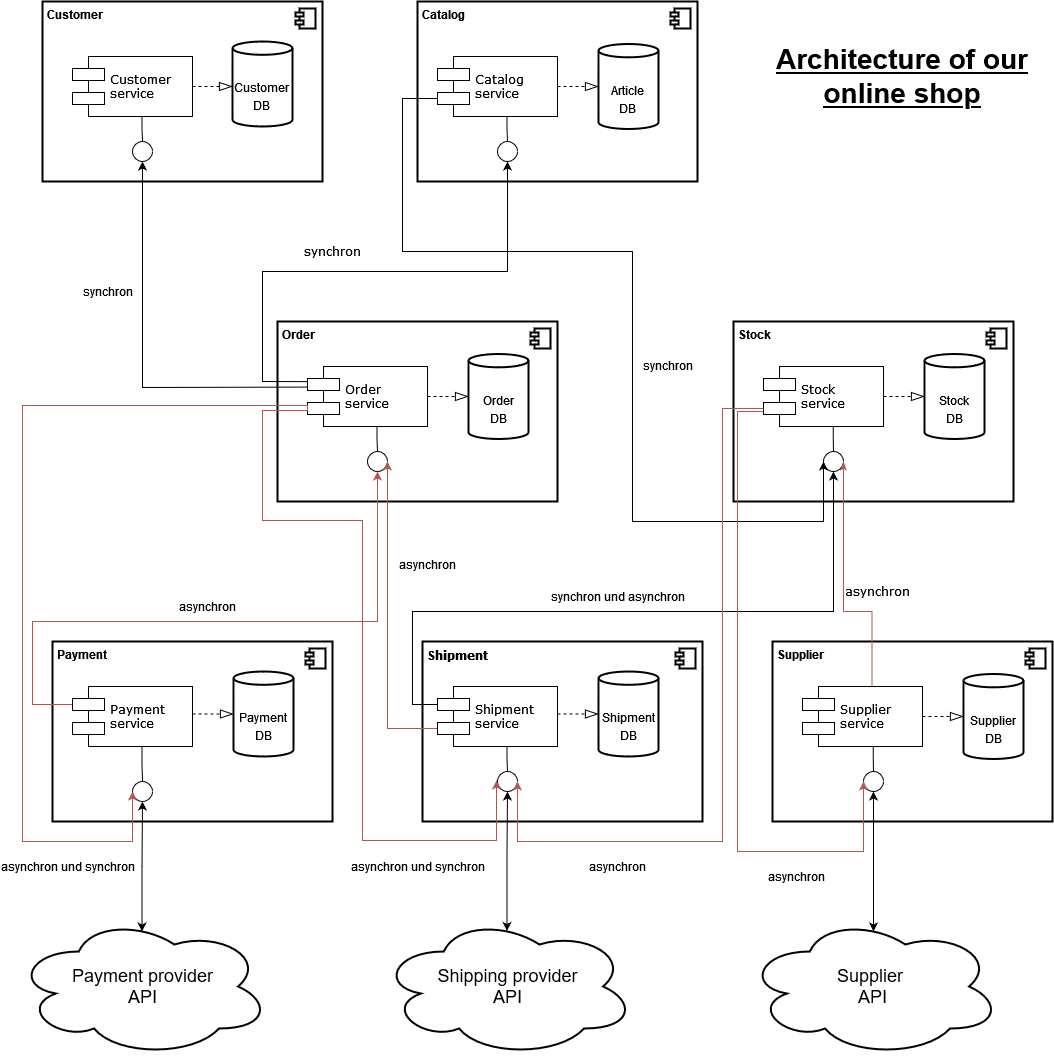
Above: doc/ShopArchitecture.drawio.png in SimonBurmer/HM-Online-Shop-In-Microservice-Architecture (draw.io), before the change. Source tidied: cells renumbered, new cells last; positions are measured from the earlier drawing's top-left corner, leaving out a move shared by most shapes.
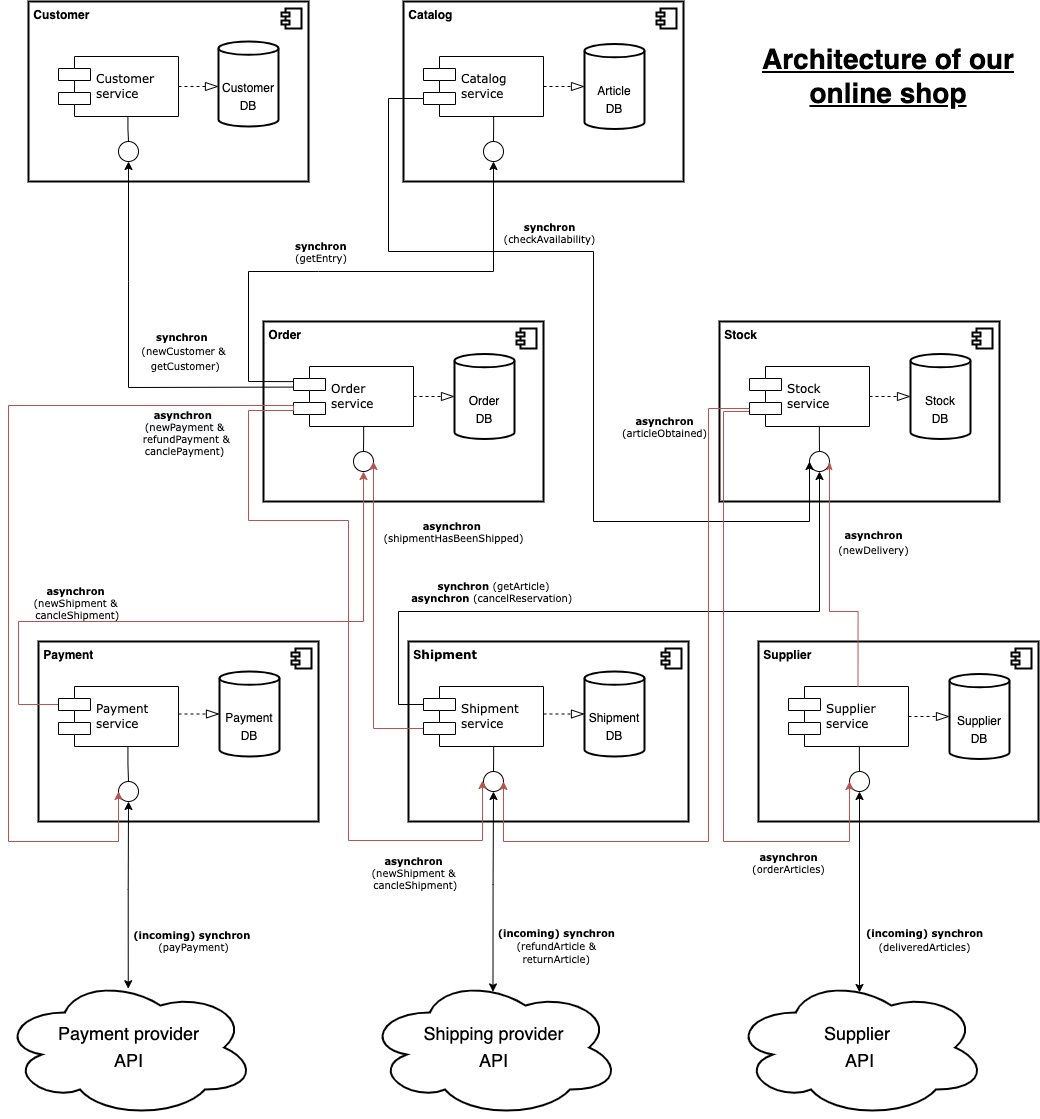
After the commit.

Diff of the diagram source:
```diff
@@ -107,4 +107,4 @@
     </mxCell>
-    <mxCell id="31" value="&lt;font style=&quot;font-size: 12px&quot;&gt;asynchron&lt;/font&gt;" style="edgeStyle=orthogonalEdgeStyle;jettySize=auto;html=1;exitX=0;exitY=0.3;exitDx=0;exitDy=0;entryX=0.5;entryY=1;entryDx=0;entryDy=0;fontSize=28;rounded=0;fillColor=#f8cecc;strokeColor=#b85450;" parent="1" edge="1" source="32" target="29">
-      <mxGeometry x="-0.04" y="20" relative="1" as="geometry">
+    <mxCell id="31" style="edgeStyle=orthogonalEdgeStyle;jettySize=auto;html=1;exitX=0;exitY=0.3;exitDx=0;exitDy=0;entryX=0.5;entryY=1;entryDx=0;entryDy=0;fontSize=28;rounded=0;fillColor=#f8cecc;strokeColor=#b85450;" parent="1" edge="1" source="32" target="29">
+      <mxGeometry x="-0.26" y="30" relative="1" as="geometry">
         <Array as="points">
@@ -116,2 +116,7 @@
     </mxCell>
+    <mxCell id="69" value="&lt;div&gt;&lt;b&gt;asynchron&lt;/b&gt;&lt;/div&gt;&lt;div&gt;(newShipment &amp;amp;&lt;/div&gt;&lt;div&gt;&amp;nbsp;cancleShipment)&lt;/div&gt;" style="edgeLabel;html=1;align=center;verticalAlign=middle;fontSize=10;fontFamily=Verdana;" parent="31" vertex="1">
+      <mxGeometry x="-0.3" y="1" relative="1" as="geometry">
+        <mxPoint x="-38" y="-19" as="offset" />
+      </mxGeometry>
+    </mxCell>
     <mxCell id="32" value="Payment&lt;br&gt;service" style="shape=component;align=left;spacingLeft=36;shadow=0;comic=0;labelBackgroundColor=none;strokeWidth=1;fontFamily=Verdana;fontSize=12;html=1;rounded=0;" parent="1" vertex="1">
@@ -125,4 +130,4 @@
     </mxCell>
-    <mxCell id="35" value="&lt;font style=&quot;font-size: 12px&quot;&gt;asynchron&lt;/font&gt;" style="edgeStyle=orthogonalEdgeStyle;jettySize=auto;html=1;exitX=0;exitY=0.7;exitDx=0;exitDy=0;fontSize=28;rounded=0;entryX=1;entryY=0.5;entryDx=0;entryDy=0;fillColor=#f8cecc;strokeColor=#b85450;" parent="1" edge="1" source="37" target="29">
-      <mxGeometry x="0.37" y="-40" relative="1" as="geometry">
+    <mxCell id="35" value="&lt;div style=&quot;font-size: 10px&quot;&gt;&lt;font face=&quot;Verdana&quot; style=&quot;font-size: 10px&quot;&gt;&lt;b&gt;asynchron&lt;/b&gt;&amp;nbsp;&lt;/font&gt;&lt;/div&gt;&lt;font style=&quot;font-size: 10px&quot; face=&quot;Verdana&quot;&gt;&lt;div&gt;(shipmentHasBeenShipped)&lt;/div&gt;&lt;/font&gt;" style="edgeStyle=orthogonalEdgeStyle;jettySize=auto;html=1;exitX=0;exitY=0.7;exitDx=0;exitDy=0;fontSize=28;rounded=0;entryX=1;entryY=0.5;entryDx=0;entryDy=0;fillColor=#f8cecc;strokeColor=#b85450;align=center;" parent="1" edge="1" source="37" target="29">
+      <mxGeometry x="0.56" y="-80" relative="1" as="geometry">
         <Array as="points">
@@ -130,7 +135,6 @@
         </Array>
-        <mxPoint y="-1" as="offset" />
       </mxGeometry>
     </mxCell>
-    <mxCell id="36" value="&lt;font style=&quot;font-size: 12px&quot;&gt;synchron und asynchron&lt;br&gt;&lt;/font&gt;" style="edgeStyle=orthogonalEdgeStyle;jettySize=auto;html=1;exitX=0;exitY=0.3;exitDx=0;exitDy=0;entryX=0.5;entryY=1;entryDx=0;entryDy=0;fontSize=28;rounded=0;" parent="1" edge="1" source="37" target="26">
-      <mxGeometry x="-0.05" y="20" relative="1" as="geometry">
+    <mxCell id="36" value="&lt;div style=&quot;font-size: 10px&quot;&gt;&lt;font face=&quot;Verdana&quot; style=&quot;font-size: 10px&quot;&gt;&lt;b&gt;synchron&lt;/b&gt; (getArticle)&lt;/font&gt;&lt;/div&gt;&lt;font style=&quot;font-size: 10px&quot; face=&quot;Verdana&quot;&gt;&lt;div&gt;&lt;b&gt;asynchron&lt;/b&gt; (cancelReservation)&amp;nbsp;&lt;/div&gt;&lt;/font&gt;" style="edgeStyle=orthogonalEdgeStyle;jettySize=auto;html=1;exitX=0;exitY=0.3;exitDx=0;exitDy=0;entryX=0.5;entryY=1;entryDx=0;entryDy=0;fontSize=28;rounded=0;align=center;" parent="1" edge="1" source="37" target="26">
+      <mxGeometry x="-0.37" y="20" relative="1" as="geometry">
         <Array as="points">
@@ -160,4 +164,4 @@
     </mxCell>
-    <mxCell id="43" value="asynchron" style="edgeStyle=orthogonalEdgeStyle;html=1;labelBackgroundColor=none;startArrow=none;startFill=0;startSize=6;endArrow=classicThin;endFill=1;endSize=6;fontFamily=Verdana;fontSize=12;rounded=0;entryX=1;entryY=0.5;entryDx=0;entryDy=0;strokeWidth=1;fillColor=#f8cecc;strokeColor=#b85450;" parent="1" edge="1" target="26">
-      <mxGeometry x="-0.41" y="-21" relative="1" as="geometry">
+    <mxCell id="43" value="&lt;b style=&quot;font-size: 10px&quot;&gt;asynchron&lt;/b&gt;&lt;br style=&quot;font-size: 10px&quot;&gt;&lt;span style=&quot;font-size: 10px&quot;&gt;(newDelivery)&lt;/span&gt;" style="edgeStyle=orthogonalEdgeStyle;html=1;labelBackgroundColor=none;startArrow=none;startFill=0;startSize=6;endArrow=classicThin;endFill=1;endSize=6;fontFamily=Verdana;fontSize=12;rounded=0;entryX=1;entryY=0.5;entryDx=0;entryDy=0;strokeWidth=1;fillColor=#f8cecc;strokeColor=#b85450;" parent="1" edge="1" target="26">
+      <mxGeometry x="0.37" y="-44" relative="1" as="geometry">
         <mxPoint x="856.5" y="685" as="sourcePoint" />
@@ -167,9 +171,9 @@
         </Array>
-        <mxPoint x="5" y="1" as="offset" />
       </mxGeometry>
     </mxCell>
-    <mxCell id="44" value="&lt;span style=&quot;font-family: &amp;#34;helvetica&amp;#34;&quot;&gt;&lt;font style=&quot;font-size: 12px&quot;&gt;synchron&lt;/font&gt;&lt;/span&gt;" style="html=1;labelBackgroundColor=none;startArrow=none;startFill=0;startSize=6;endArrow=classic;endFill=1;endSize=6;fontFamily=Verdana;fontSize=12;entryX=0.5;entryY=1;entryDx=0;entryDy=0;rounded=0;strokeColor=#000000;strokeWidth=1;exitX=0.001;exitY=0.343;exitDx=0;exitDy=0;exitPerimeter=0;" parent="1" edge="1" source="28" target="18">
-      <mxGeometry x="0.34" y="35" relative="1" as="geometry">
+    <mxCell id="44" value="&lt;font style=&quot;font-size: 10px&quot;&gt;&lt;b&gt;synchron&lt;/b&gt;&amp;nbsp;&lt;br&gt;(newCustomer &amp;amp;&lt;br&gt;&amp;nbsp;getCustomer)&lt;br&gt;&lt;/font&gt;" style="html=1;labelBackgroundColor=none;startArrow=none;startFill=0;startSize=6;endArrow=classic;endFill=1;endSize=6;fontFamily=Verdana;fontSize=12;entryX=0.5;entryY=1;entryDx=0;entryDy=0;rounded=0;strokeColor=#000000;strokeWidth=1;exitX=0.001;exitY=0.343;exitDx=0;exitDy=0;exitPerimeter=0;" parent="1" edge="1" source="28" target="18">
+      <mxGeometry x="-0.44" y="-36" relative="1" as="geometry">
         <Array as="points">
           <mxPoint x="127" y="386" />
+          <mxPoint x="127" y="280" />
         </Array>
@@ -177,4 +181,4 @@
     </mxCell>
-    <mxCell id="45" value="synchron" style="edgeStyle=none;html=1;labelBackgroundColor=none;startArrow=none;startFill=0;startSize=8;endArrow=classic;endFill=1;endSize=6;fontFamily=Verdana;fontSize=12;entryX=0.5;entryY=1;entryDx=0;entryDy=0;rounded=0;exitX=0;exitY=0.252;exitDx=0;exitDy=0;exitPerimeter=0;" parent="1" edge="1" source="28" target="23">
-      <mxGeometry x="-0.12" y="20" relative="1" as="geometry">
+    <mxCell id="45" value="&lt;div style=&quot;font-size: 10px&quot;&gt;&lt;b&gt;&lt;font style=&quot;font-size: 10px&quot;&gt;synchron&lt;/font&gt;&lt;/b&gt;&lt;/div&gt;&lt;div style=&quot;font-size: 10px&quot;&gt;&lt;font style=&quot;font-size: 10px&quot;&gt;(getEntry)&lt;/font&gt;&lt;/div&gt;" style="edgeStyle=none;html=1;labelBackgroundColor=none;startArrow=none;startFill=0;startSize=8;endArrow=classic;endFill=1;endSize=6;fontFamily=Verdana;fontSize=12;entryX=0.5;entryY=1;entryDx=0;entryDy=0;rounded=0;exitX=0;exitY=0.252;exitDx=0;exitDy=0;exitPerimeter=0;align=left;" parent="1" edge="1" source="28" target="23">
+      <mxGeometry x="-0.22" y="20" relative="1" as="geometry">
         <Array as="points">
@@ -187,4 +191,4 @@
     </mxCell>
-    <mxCell id="46" value="&lt;font style=&quot;font-size: 12px&quot;&gt;asynchron und synchron&lt;/font&gt;" style="edgeStyle=orthogonalEdgeStyle;jettySize=auto;html=1;entryX=0;entryY=0.5;entryDx=0;entryDy=0;fontSize=28;rounded=0;exitX=0;exitY=0.7;exitDx=0;exitDy=0;fillColor=#f8cecc;strokeColor=#b85450;" parent="1" edge="1" source="28" target="33">
-      <mxGeometry x="0.74" y="-20" relative="1" as="geometry">
+    <mxCell id="46" value="&lt;div style=&quot;font-size: 10px&quot;&gt;&lt;br&gt;&lt;/div&gt;" style="edgeStyle=orthogonalEdgeStyle;jettySize=auto;html=1;entryX=0;entryY=0.5;entryDx=0;entryDy=0;fontSize=28;rounded=0;exitX=0;exitY=0.7;exitDx=0;exitDy=0;fillColor=#f8cecc;strokeColor=#b85450;align=center;" parent="1" edge="1" source="28" target="33">
+      <mxGeometry x="-0.74" y="36" relative="1" as="geometry">
         <Array as="points">
@@ -197,4 +201,9 @@
     </mxCell>
+    <mxCell id="70" value="&lt;b style=&quot;background-color: rgb(248 , 249 , 250)&quot;&gt;asynchron&lt;/b&gt;&lt;span style=&quot;background-color: rgb(248 , 249 , 250)&quot;&gt;&amp;nbsp;&lt;/span&gt;&lt;br style=&quot;background-color: rgb(248 , 249 , 250)&quot;&gt;&lt;span style=&quot;background-color: rgb(248 , 249 , 250)&quot;&gt;(newPayment &amp;amp;&lt;/span&gt;&lt;br style=&quot;background-color: rgb(248 , 249 , 250)&quot;&gt;&lt;span style=&quot;background-color: rgb(248 , 249 , 250)&quot;&gt;&amp;nbsp;&lt;/span&gt;refundPayment &amp;amp;&lt;br&gt;canclePayment&lt;span style=&quot;background-color: rgb(248 , 249 , 250)&quot;&gt;)&lt;/span&gt;" style="edgeLabel;html=1;align=center;verticalAlign=middle;fontSize=10;fontFamily=Verdana;" parent="46" vertex="1">
+      <mxGeometry x="-0.69" relative="1" as="geometry">
+        <mxPoint x="23" y="26" as="offset" />
+      </mxGeometry>
+    </mxCell>
-    <mxCell id="47" value="&lt;span style=&quot;color: rgb(0 , 0 , 0) ; font-family: &amp;#34;helvetica&amp;#34; ; font-size: 12px ; font-style: normal ; font-weight: 400 ; letter-spacing: normal ; text-align: center ; text-indent: 0px ; text-transform: none ; word-spacing: 0px ; background-color: rgb(255 , 255 , 255) ; display: inline ; float: none&quot;&gt;asynchron und synchron&lt;/span&gt;" style="edgeStyle=orthogonalEdgeStyle;orthogonalLoop=1;jettySize=auto;html=1;entryX=0;entryY=0.5;entryDx=0;entryDy=0;fontSize=28;rounded=0;exitX=0;exitY=0.7;exitDx=0;exitDy=0;fillColor=#f8cecc;strokeColor=#b85450;" parent="1" edge="1">
-      <mxGeometry x="0.64" y="-21" relative="1" as="geometry">
+    <mxCell id="47" style="edgeStyle=orthogonalEdgeStyle;orthogonalLoop=1;jettySize=auto;html=1;entryX=0;entryY=0.5;entryDx=0;entryDy=0;fontSize=28;rounded=0;exitX=0;exitY=0.7;exitDx=0;exitDy=0;fillColor=#f8cecc;strokeColor=#b85450;align=center;" parent="1" edge="1">
+      <mxGeometry x="0.66" y="-31" relative="1" as="geometry">
         <mxPoint x="292" y="406" as="sourcePoint" />
@@ -212,4 +221,9 @@
     </mxCell>
+    <mxCell id="71" value="&lt;div&gt;&lt;b&gt;asynchron&lt;/b&gt;&lt;/div&gt;&lt;div&gt;(newShipment &amp;amp;&lt;/div&gt;&lt;div&gt;&amp;nbsp;cancleShipment)&lt;/div&gt;" style="edgeLabel;html=1;align=center;verticalAlign=middle;fontSize=10;fontFamily=Verdana;" parent="47" vertex="1">
+      <mxGeometry x="0.63" y="-1" relative="1" as="geometry">
+        <mxPoint x="12" y="30" as="offset" />
+      </mxGeometry>
+    </mxCell>
-    <mxCell id="48" value="&lt;font style=&quot;font-size: 12px&quot;&gt;synchron&lt;/font&gt;" style="edgeStyle=orthogonalEdgeStyle;jettySize=auto;html=1;exitX=0;exitY=0.7;exitDx=0;exitDy=0;entryX=0;entryY=0.5;entryDx=0;entryDy=0;fontSize=28;rounded=0;fillColor=#f8cecc;strokeColor=#000000;labelBackgroundColor=none;" parent="1" edge="1" source="22" target="26">
-      <mxGeometry x="0.12" y="35" relative="1" as="geometry">
+    <mxCell id="48" style="edgeStyle=orthogonalEdgeStyle;jettySize=auto;html=1;exitX=0;exitY=0.7;exitDx=0;exitDy=0;entryX=0;entryY=0.5;entryDx=0;entryDy=0;fontSize=28;rounded=0;fillColor=#f8cecc;strokeColor=#000000;labelBackgroundColor=none;" parent="1" edge="1" source="22" target="26">
+      <mxGeometry x="-0.25" y="30" relative="1" as="geometry">
         <Array as="points">
@@ -217,4 +231,4 @@
           <mxPoint x="387" y="250" />
-          <mxPoint x="617" y="250" />
-          <mxPoint x="617" y="520" />
+          <mxPoint x="592" y="250" />
+          <mxPoint x="592" y="520" />
           <mxPoint x="808" y="520" />
@@ -223,4 +237,9 @@
     </mxCell>
+    <mxCell id="72" value="&lt;div&gt;&lt;b&gt;synchron&lt;/b&gt;&lt;/div&gt;&lt;div&gt;(checkAvailability)&lt;/div&gt;" style="edgeLabel;html=1;align=center;verticalAlign=middle;fontSize=10;fontFamily=Verdana;" parent="48" vertex="1">
+      <mxGeometry x="-0.25" y="4" relative="1" as="geometry">
+        <mxPoint x="-6" y="-16" as="offset" />
+      </mxGeometry>
+    </mxCell>
-    <mxCell id="49" value="&lt;font style=&quot;font-size: 12px&quot;&gt;asynchron&lt;/font&gt;" style="edgeStyle=orthogonalEdgeStyle;jettySize=auto;html=1;entryX=1;entryY=0.5;entryDx=0;entryDy=0;fontSize=28;rounded=0;startArrow=none;exitX=0;exitY=0.7;exitDx=0;exitDy=0;fillColor=#f8cecc;strokeColor=#b85450;" parent="1" edge="1" source="25" target="38">
-      <mxGeometry x="0.57" y="20" relative="1" as="geometry">
+    <mxCell id="49" style="edgeStyle=orthogonalEdgeStyle;jettySize=auto;html=1;entryX=1;entryY=0.5;entryDx=0;entryDy=0;fontSize=28;rounded=0;startArrow=none;exitX=0;exitY=0.7;exitDx=0;exitDy=0;fillColor=#f8cecc;strokeColor=#b85450;" parent="1" edge="1" source="25" target="38">
+      <mxGeometry x="-0.89" y="-52" relative="1" as="geometry">
         <Array as="points">
@@ -230,9 +249,18 @@
         </Array>
+        <mxPoint x="7" y="-27" as="offset" />
       </mxGeometry>
     </mxCell>
+    <mxCell id="73" value="&lt;b&gt;asynchron&lt;br&gt;&lt;/b&gt;&lt;div style=&quot;text-align: left&quot;&gt;(articleObtained)&lt;/div&gt;" style="edgeLabel;html=1;align=center;verticalAlign=middle;fontSize=10;fontFamily=Verdana;" parent="49" vertex="1">
+      <mxGeometry x="-0.81" relative="1" as="geometry">
+        <mxPoint x="-45" y="-10" as="offset" />
+      </mxGeometry>
+    </mxCell>
-    <mxCell id="50" style="edgeStyle=orthogonalEdgeStyle;jettySize=auto;html=1;exitX=0.5;exitY=0;exitDx=0;exitDy=0;startArrow=classic;startFill=1;endArrow=classic;endFill=1;fontSize=28;entryX=0.5;entryY=1;entryDx=0;entryDy=0;rounded=0;" parent="1" edge="1" target="33">
-      <mxGeometry relative="1" as="geometry">
-        <mxPoint x="126.5" y="930" as="sourcePoint" />
-      </mxGeometry>
+    <mxCell id="50" style="edgeStyle=orthogonalEdgeStyle;jettySize=auto;html=1;exitX=0.499;exitY=0.08;exitDx=0;exitDy=0;startArrow=classic;startFill=1;endArrow=classic;endFill=1;fontSize=28;entryX=0.5;entryY=1;entryDx=0;entryDy=0;rounded=0;exitPerimeter=0;" parent="1" edge="1" source="65" target="33">
+      <mxGeometry relative="1" as="geometry" />
     </mxCell>
+    <mxCell id="74" value="&lt;span style=&quot;font-size: 10px;&quot;&gt;&lt;b style=&quot;font-size: 10px;&quot;&gt;(incoming)&amp;nbsp;&lt;/b&gt;&lt;/span&gt;&lt;span style=&quot;font-size: 10px;&quot;&gt;&lt;b style=&quot;font-size: 10px;&quot;&gt;synchron&lt;/b&gt;&amp;nbsp;&lt;/span&gt;&lt;br style=&quot;font-size: 10px;&quot;&gt;&lt;div style=&quot;font-size: 10px;&quot;&gt;(payPayment)&lt;/div&gt;&lt;div style=&quot;font-size: 10px;&quot;&gt;&lt;br style=&quot;font-size: 10px;&quot;&gt;&lt;/div&gt;&lt;div style=&quot;font-size: 10px;&quot;&gt;&lt;br style=&quot;font-size: 10px;&quot;&gt;&lt;/div&gt;" style="edgeLabel;html=1;align=center;verticalAlign=middle;fontFamily=Verdana;fontSize=10;" parent="50" vertex="1">
+      <mxGeometry x="-0.33" y="-2" relative="1" as="geometry">
+        <mxPoint x="63" y="26" as="offset" />
+      </mxGeometry>
+    </mxCell>
     <mxCell id="51" style="edgeStyle=orthogonalEdgeStyle;jettySize=auto;html=1;entryX=0.5;entryY=1;entryDx=0;entryDy=0;startArrow=classic;startFill=1;endArrow=classic;endFill=1;fontSize=28;rounded=0;exitX=0.498;exitY=0.103;exitDx=0;exitDy=0;exitPerimeter=0;" parent="1" edge="1" source="66" target="38">
@@ -240,2 +268,7 @@
     </mxCell>
+    <mxCell id="75" value="&lt;font style=&quot;font-size: 10px&quot;&gt;&amp;nbsp;&lt;b&gt;(incoming) synchron&lt;/b&gt;&lt;br&gt;&amp;nbsp;(refundArticle &amp;amp;&lt;br&gt;&amp;nbsp;returnArticle)&lt;/font&gt;" style="edgeLabel;html=1;align=center;verticalAlign=middle;fontFamily=Verdana;" parent="51" vertex="1">
+      <mxGeometry x="-0.47" y="1" relative="1" as="geometry">
+        <mxPoint x="62" y="7" as="offset" />
+      </mxGeometry>
+    </mxCell>
     <mxCell id="52" style="edgeStyle=orthogonalEdgeStyle;jettySize=auto;html=1;exitX=0.5;exitY=0.107;exitDx=0;exitDy=0;entryX=0.5;entryY=1;entryDx=0;entryDy=0;startArrow=classic;startFill=1;endArrow=classic;endFill=1;fontSize=28;rounded=0;exitPerimeter=0;" parent="1" edge="1" source="67" target="41">
@@ -243,2 +276,7 @@
     </mxCell>
+    <mxCell id="76" value="&lt;font style=&quot;font-size: 10px&quot;&gt;&lt;b&gt;(incoming) synchron&lt;/b&gt;&lt;br&gt;(deliveredArticles)&lt;/font&gt;" style="edgeLabel;html=1;align=center;verticalAlign=middle;fontFamily=Verdana;" parent="52" vertex="1">
+      <mxGeometry x="-0.24" y="1" relative="1" as="geometry">
+        <mxPoint x="65" y="22" as="offset" />
+      </mxGeometry>
+    </mxCell>
     <mxCell id="53" value="&lt;div&gt;&lt;div&gt;&lt;span style=&quot;font-size: 12px&quot;&gt;Article&lt;/span&gt;&lt;br&gt;&lt;/div&gt;&lt;span style=&quot;font-size: 12px&quot;&gt;&lt;div&gt;&lt;span&gt;DB&lt;/span&gt;&lt;/div&gt;&lt;/span&gt;&lt;/div&gt;" style="shape=cylinder3;whiteSpace=wrap;html=1;boundedLbl=1;backgroundOutline=1;size=6.666666666666671;strokeWidth=2;fontSize=28;rounded=0;align=center;verticalAlign=middle;labelPosition=center;verticalLabelPosition=middle;fontColor=default;horizontal=1;" parent="1" vertex="1">
@@ -288,16 +326,16 @@
     <mxCell id="65" value="&lt;span style=&quot;font-size: 18px&quot;&gt;Payment provider&lt;/span&gt;&lt;br style=&quot;font-size: 18px&quot;&gt;&lt;span style=&quot;font-size: 18px&quot;&gt;API&lt;/span&gt;" style="ellipse;shape=cloud;whiteSpace=wrap;html=1;align=center;fontColor=default;strokeWidth=2;" parent="1" vertex="1">
-      <mxGeometry x="-0.5" y="915" width="255" height="140" as="geometry" />
+      <mxGeometry x="-0.5" y="976" width="255" height="140" as="geometry" />
     </mxCell>
     <mxCell id="66" value="&lt;span style=&quot;font-size: 18px&quot;&gt;Shipping provider&lt;/span&gt;&lt;br style=&quot;font-size: 18px&quot;&gt;&lt;span style=&quot;font-size: 18px&quot;&gt;API&lt;/span&gt;" style="ellipse;shape=cloud;whiteSpace=wrap;html=1;align=center;fontColor=default;strokeWidth=2;" parent="1" vertex="1">
-      <mxGeometry x="364.5" y="915" width="255" height="140" as="geometry" />
+      <mxGeometry x="364.5" y="976" width="255" height="140" as="geometry" />
     </mxCell>
     <mxCell id="67" value="&lt;span style=&quot;font-size: 18px&quot;&gt;Supplier&amp;nbsp;&lt;/span&gt;&lt;br style=&quot;font-size: 18px&quot;&gt;&lt;span style=&quot;font-size: 18px&quot;&gt;API&lt;/span&gt;" style="ellipse;shape=cloud;whiteSpace=wrap;html=1;align=center;fontColor=default;strokeWidth=2;" parent="1" vertex="1">
-      <mxGeometry x="730.5" y="915" width="255" height="140" as="geometry" />
+      <mxGeometry x="730.5" y="976" width="255" height="140" as="geometry" />
     </mxCell>
-    <mxCell id="68" value="&lt;font style=&quot;font-size: 12px&quot;&gt;asynchron&lt;/font&gt;" style="edgeStyle=orthogonalEdgeStyle;jettySize=auto;html=1;fontSize=28;rounded=0;startArrow=none;fillColor=#f8cecc;strokeColor=#b85450;entryX=0;entryY=0.5;entryDx=0;entryDy=0;exitX=-0.004;exitY=0.75;exitDx=0;exitDy=0;exitPerimeter=0;" parent="1" edge="1" source="25" target="41">
-      <mxGeometry x="0.59" y="-20" relative="1" as="geometry">
+    <mxCell id="68" style="edgeStyle=orthogonalEdgeStyle;jettySize=auto;html=1;fontSize=28;rounded=0;startArrow=none;fillColor=#f8cecc;strokeColor=#b85450;entryX=0;entryY=0.5;entryDx=0;entryDy=0;exitX=-0.004;exitY=0.75;exitDx=0;exitDy=0;exitPerimeter=0;align=center;" parent="1" edge="1" source="25" target="41">
+      <mxGeometry x="0.61" y="-30" relative="1" as="geometry">
         <Array as="points">
           <mxPoint x="722" y="410" />
-          <mxPoint x="722" y="850" />
-          <mxPoint x="848" y="850" />
+          <mxPoint x="722" y="840" />
+          <mxPoint x="848" y="840" />
         </Array>
@@ -305,2 +343,7 @@
     </mxCell>
+    <mxCell id="77" value="&lt;div&gt;&lt;b&gt;asynchron&lt;/b&gt;&lt;/div&gt;&lt;div&gt;(orderArticles)&lt;/div&gt;" style="edgeLabel;html=1;align=center;verticalAlign=middle;fontSize=10;fontFamily=Verdana;" parent="68" vertex="1">
+      <mxGeometry x="0.55" relative="1" as="geometry">
+        <mxPoint x="23" y="20" as="offset" />
+      </mxGeometry>
+    </mxCell>
   </root>
```
